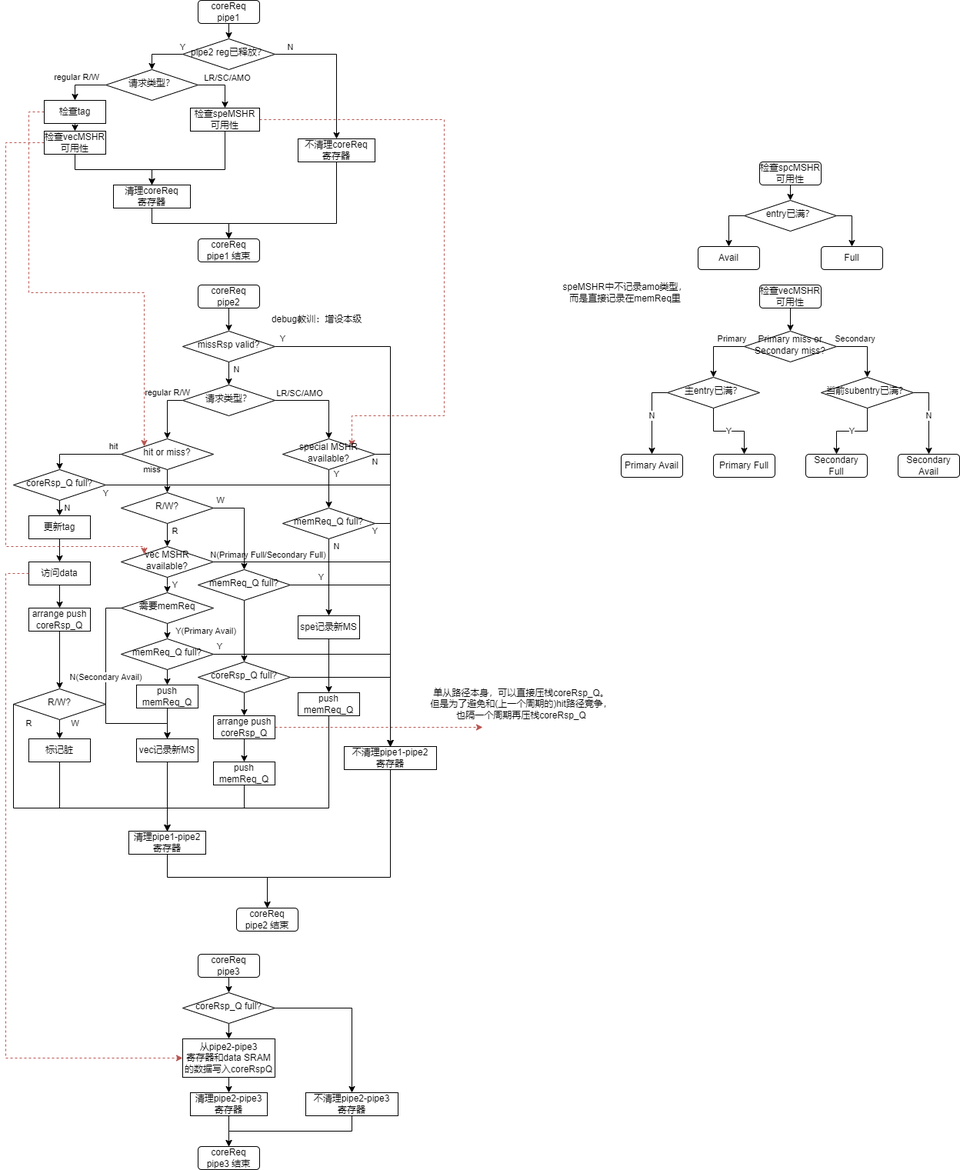
Above: doc/cModel__l1_data_cache__cycle-coreReq.drawio.png in Auyuir/cacheCmodel (draw.io), before the change. Source tidied: cells renumbered, new cells last; positions are measured from the earlier drawing's top-left corner, leaving out a move shared by most shapes.
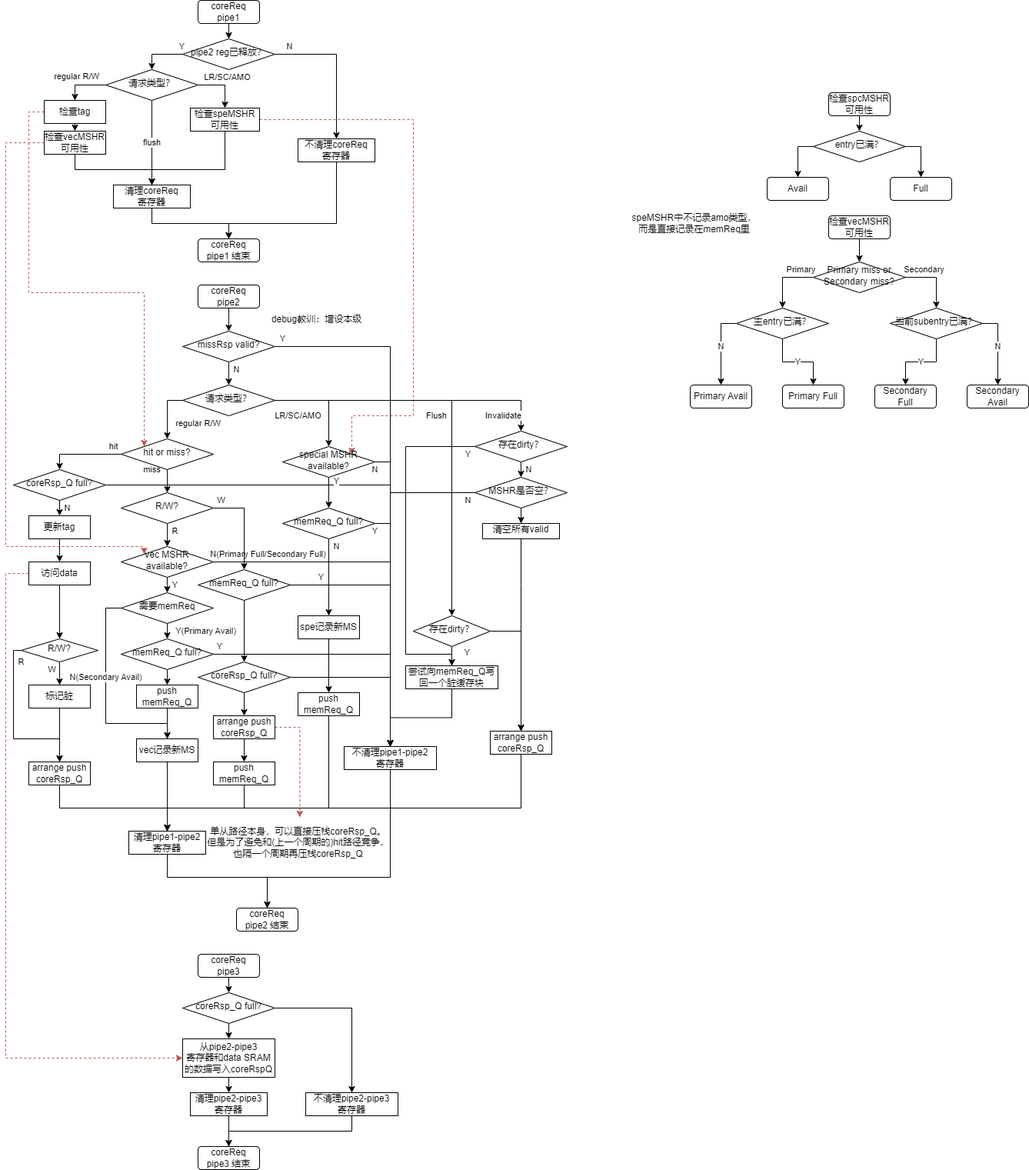
Above is the later version.

Commit message:
update doc pic: flush and invalidate

The edit, as a diff of the source:
```diff
@@ -7,4 +7,4 @@
         <Array as="points">
-          <mxPoint x="570" y="155" />
-          <mxPoint x="570" y="540" />
+          <mxPoint x="530" y="155" />
+          <mxPoint x="530" y="540" />
           <mxPoint x="450" y="540" />
@@ -82,2 +82,5 @@
     </mxCell>
+    <mxCell id="137" value="flush" style="edgeStyle=orthogonalEdgeStyle;rounded=0;jettySize=auto;html=1;exitX=0.5;exitY=1;exitDx=0;exitDy=0;entryX=0.5;entryY=0;entryDx=0;entryDy=0;" parent="1" edge="1" source="19" target="12">
+      <mxGeometry relative="1" as="geometry" />
+    </mxCell>
     <mxCell id="19" value="请求类型？" style="rhombus;whiteSpace=wrap;html=1;shadow=0;fontFamily=Helvetica;fontSize=12;align=center;strokeWidth=1;spacing=6;spacingTop=-4;" parent="1" vertex="1">
@@ -121,3 +124,3 @@
     <mxCell id="28" value="regular R/W" style="edgeStyle=orthogonalEdgeStyle;rounded=0;jettySize=auto;html=1;exitX=0;exitY=0.5;exitDx=0;exitDy=0;entryX=0.5;entryY=0;entryDx=0;entryDy=0;" parent="1" edge="1" source="31" target="38">
-      <mxGeometry x="-0.43" y="-10" relative="1" as="geometry">
+      <mxGeometry x="-1" y="36" relative="1" as="geometry">
         <Array as="points">
@@ -125,3 +128,3 @@
         </Array>
-        <mxPoint x="10" y="-10" as="offset" />
+        <mxPoint x="20" y="-6" as="offset" />
       </mxGeometry>
@@ -133,5 +136,11 @@
       <mxGeometry x="-0.49" y="-1" relative="1" as="geometry">
-        <mxPoint y="-11" as="offset" />
+        <mxPoint x="-3" y="19" as="offset" />
       </mxGeometry>
     </mxCell>
+    <mxCell id="138" value="Flush" style="edgeStyle=orthogonalEdgeStyle;rounded=0;jettySize=auto;html=1;exitX=1;exitY=0.5;exitDx=0;exitDy=0;entryX=0.5;entryY=0;entryDx=0;entryDy=0;" parent="1" edge="1" source="31" target="152">
+      <mxGeometry x="-0.02" y="-20" relative="1" as="geometry" />
+    </mxCell>
+    <mxCell id="139" value="Invalidate" style="edgeStyle=orthogonalEdgeStyle;rounded=0;jettySize=auto;html=1;exitX=1;exitY=0.5;exitDx=0;exitDy=0;entryX=0.5;entryY=0;entryDx=0;entryDy=0;" parent="1" edge="1" source="31" target="146">
+      <mxGeometry x="0.65" y="-20" relative="1" as="geometry" />
+    </mxCell>
     <mxCell id="31" value="请求类型？" style="rhombus;whiteSpace=wrap;html=1;shadow=0;fontFamily=Helvetica;fontSize=12;align=center;strokeWidth=1;spacing=6;spacingTop=-4;" parent="1" vertex="1">
@@ -171,5 +180,5 @@
     </mxCell>
-    <mxCell id="39" style="edgeStyle=orthogonalEdgeStyle;rounded=0;jettySize=auto;html=1;exitX=0.5;exitY=1;exitDx=0;exitDy=0;entryX=0.5;entryY=0;entryDx=0;entryDy=0;" parent="1" edge="1" source="40" target="44">
-      <mxGeometry relative="1" as="geometry" />
-    </mxCell>
+    <mxCell id="140" style="edgeStyle=orthogonalEdgeStyle;rounded=0;jettySize=auto;html=1;" parent="1" edge="1" source="40" target="134">
+      <mxGeometry relative="1" as="geometry" />
+    </mxCell>
     <mxCell id="40" value="访问data" style="rounded=0;whiteSpace=wrap;html=1;labelBackgroundColor=none;" parent="1" vertex="1">
@@ -183,8 +192,2 @@
     </mxCell>
-    <mxCell id="43" style="edgeStyle=orthogonalEdgeStyle;rounded=0;jettySize=auto;html=1;exitX=0.5;exitY=1;exitDx=0;exitDy=0;entryX=0.5;entryY=0;entryDx=0;entryDy=0;" parent="1" edge="1" source="44" target="134">
-      <mxGeometry relative="1" as="geometry" />
-    </mxCell>
-    <mxCell id="44" value="arrange push coreRsp_Q" style="rounded=0;whiteSpace=wrap;html=1;labelBackgroundColor=none;" parent="1" vertex="1">
-      <mxGeometry x="30" y="790" width="80" height="30" as="geometry" />
-    </mxCell>
     <mxCell id="45" style="edgeStyle=orthogonalEdgeStyle;rounded=0;jettySize=auto;html=1;exitX=0.5;exitY=1;exitDx=0;exitDy=0;entryX=0.5;entryY=0;entryDx=0;entryDy=0;" parent="1" edge="1" source="46" target="107">
@@ -201,7 +204,2 @@
     </mxCell>
-    <mxCell id="49" value="Y" style="edgeLabel;html=1;align=center;verticalAlign=middle;" parent="48" vertex="1">
-      <mxGeometry x="-0.94" y="2" relative="1" as="geometry">
-        <mxPoint x="-22" y="12" as="offset" />
-      </mxGeometry>
-    </mxCell>
     <mxCell id="50" value="coreRsp_Q full?" style="rhombus;whiteSpace=wrap;html=1;shadow=0;fontFamily=Helvetica;fontSize=12;align=center;strokeWidth=1;spacing=6;spacingTop=-4;" parent="1" vertex="1">
@@ -256,3 +254,3 @@
     <mxCell id="61" value="special MSHR available?" style="rhombus;whiteSpace=wrap;html=1;shadow=0;fontFamily=Helvetica;fontSize=12;align=center;strokeWidth=1;spacing=6;spacingTop=-4;" parent="1" vertex="1">
-      <mxGeometry x="360" y="570" width="120" height="40" as="geometry" />
+      <mxGeometry x="360" y="580" width="120" height="40" as="geometry" />
     </mxCell>
@@ -314,3 +312,3 @@
     <mxCell id="77" value="检查vecMSHR可用性" style="rounded=1;whiteSpace=wrap;html=1;fontSize=12;glass=0;strokeWidth=1;shadow=0;" parent="1" vertex="1">
-      <mxGeometry x="980" y="370" width="80" height="30" as="geometry" />
+      <mxGeometry x="1070" y="280" width="80" height="30" as="geometry" />
     </mxCell>
@@ -323,3 +321,3 @@
     <mxCell id="80" value="Primary miss or&lt;br&gt;Secondary miss?" style="rhombus;whiteSpace=wrap;html=1;shadow=0;fontFamily=Helvetica;fontSize=12;align=center;strokeWidth=1;spacing=6;spacingTop=-4;" parent="1" vertex="1">
-      <mxGeometry x="960" y="430" width="120" height="40" as="geometry" />
+      <mxGeometry x="1050" y="340" width="120" height="40" as="geometry" />
     </mxCell>
@@ -332,3 +330,3 @@
     <mxCell id="83" value="主entry已满？" style="rhombus;whiteSpace=wrap;html=1;shadow=0;fontFamily=Helvetica;fontSize=12;align=center;strokeWidth=1;spacing=6;spacingTop=-4;" parent="1" vertex="1">
-      <mxGeometry x="860" y="490" width="120" height="40" as="geometry" />
+      <mxGeometry x="950" y="400" width="120" height="40" as="geometry" />
     </mxCell>
@@ -341,15 +339,15 @@
     <mxCell id="86" value="当前subentry已满？" style="rhombus;whiteSpace=wrap;html=1;shadow=0;fontFamily=Helvetica;fontSize=12;align=center;strokeWidth=1;spacing=6;spacingTop=-4;" parent="1" vertex="1">
-      <mxGeometry x="1060" y="490" width="120" height="40" as="geometry" />
+      <mxGeometry x="1150" y="400" width="120" height="40" as="geometry" />
     </mxCell>
     <mxCell id="87" value="Primary Avail" style="rounded=1;whiteSpace=wrap;html=1;fontSize=12;glass=0;strokeWidth=1;shadow=0;" parent="1" vertex="1">
-      <mxGeometry x="800" y="590" width="80" height="30" as="geometry" />
+      <mxGeometry x="890" y="500" width="80" height="30" as="geometry" />
     </mxCell>
     <mxCell id="88" value="Primary Full" style="rounded=1;whiteSpace=wrap;html=1;fontSize=12;glass=0;strokeWidth=1;shadow=0;" parent="1" vertex="1">
-      <mxGeometry x="920" y="590" width="80" height="30" as="geometry" />
+      <mxGeometry x="1010" y="500" width="80" height="30" as="geometry" />
     </mxCell>
     <mxCell id="89" value="Secondary Full" style="rounded=1;whiteSpace=wrap;html=1;fontSize=12;glass=0;strokeWidth=1;shadow=0;" parent="1" vertex="1">
-      <mxGeometry x="1040" y="590" width="80" height="30" as="geometry" />
+      <mxGeometry x="1130" y="500" width="80" height="30" as="geometry" />
     </mxCell>
     <mxCell id="90" value="Secondary Avail" style="rounded=1;whiteSpace=wrap;html=1;fontSize=12;glass=0;strokeWidth=1;shadow=0;" parent="1" vertex="1">
-      <mxGeometry x="1160" y="590" width="80" height="30" as="geometry" />
+      <mxGeometry x="1250" y="500" width="80" height="30" as="geometry" />
     </mxCell>
@@ -359,3 +357,3 @@
     <mxCell id="92" value="检查spcMSHR可用性" style="rounded=1;whiteSpace=wrap;html=1;fontSize=12;glass=0;strokeWidth=1;shadow=0;" parent="1" vertex="1">
-      <mxGeometry x="980" y="210" width="80" height="30" as="geometry" />
+      <mxGeometry x="1070" y="120" width="80" height="30" as="geometry" />
     </mxCell>
@@ -368,12 +366,12 @@
     <mxCell id="95" value="entry已满？" style="rhombus;whiteSpace=wrap;html=1;shadow=0;fontFamily=Helvetica;fontSize=12;align=center;strokeWidth=1;spacing=6;spacingTop=-4;" parent="1" vertex="1">
-      <mxGeometry x="960" y="260" width="120" height="40" as="geometry" />
+      <mxGeometry x="1050" y="170" width="120" height="40" as="geometry" />
     </mxCell>
     <mxCell id="96" value="Avail" style="rounded=1;whiteSpace=wrap;html=1;fontSize=12;glass=0;strokeWidth=1;shadow=0;" parent="1" vertex="1">
-      <mxGeometry x="900" y="320" width="80" height="30" as="geometry" />
+      <mxGeometry x="990" y="230" width="80" height="30" as="geometry" />
     </mxCell>
     <mxCell id="97" value="Full" style="rounded=1;whiteSpace=wrap;html=1;fontSize=12;glass=0;strokeWidth=1;shadow=0;" parent="1" vertex="1">
-      <mxGeometry x="1060" y="320" width="80" height="30" as="geometry" />
+      <mxGeometry x="1150" y="230" width="80" height="30" as="geometry" />
     </mxCell>
     <mxCell id="98" value="speMSHR中不记录amo类型，&lt;br&gt;而是直接记录在memReq里" style="text;html=1;align=center;verticalAlign=middle;strokeColor=none;fillColor=none;" parent="1" vertex="1">
-      <mxGeometry x="710" y="360" width="190" height="40" as="geometry" />
+      <mxGeometry x="800" y="270" width="190" height="40" as="geometry" />
     </mxCell>
@@ -428,6 +426,4 @@
     </mxCell>
-    <mxCell id="112" style="edgeStyle=orthogonalEdgeStyle;rounded=0;jettySize=auto;html=1;exitX=1;exitY=0.5;exitDx=0;exitDy=0;fillColor=#f8cecc;strokeColor=#b85450;dashed=1;" parent="1" edge="1" source="113">
-      <mxGeometry relative="1" as="geometry">
-        <mxPoint x="620" y="945" as="targetPoint" />
-      </mxGeometry>
+    <mxCell id="112" style="edgeStyle=orthogonalEdgeStyle;rounded=0;jettySize=auto;html=1;exitX=1;exitY=0.5;exitDx=0;exitDy=0;fillColor=#f8cecc;strokeColor=#b85450;dashed=1;entryX=0.509;entryY=-0.05;entryDx=0;entryDy=0;entryPerimeter=0;" parent="1" edge="1" source="113" target="127">
+      <mxGeometry relative="1" as="geometry" />
     </mxCell>
@@ -481,3 +477,3 @@
     <mxCell id="127" value="单从路径本身，可以直接压栈coreRsp_Q。&lt;br&gt;但是为了避免和(上一个周期的)hit路径竞争，&lt;br&gt;也隔一个周期再压栈coreRsp_Q" style="text;html=1;align=center;verticalAlign=middle;points=[];strokeColor=none;fillColor=none;" parent="1" vertex="1">
-      <mxGeometry x="540" y="885" width="260" height="60" as="geometry" />
+      <mxGeometry x="250" y="1065" width="260" height="60" as="geometry" />
     </mxCell>
@@ -496,9 +492,10 @@
     <mxCell id="132" value="W" style="edgeStyle=orthogonalEdgeStyle;rounded=0;jettySize=auto;html=1;exitX=0.5;exitY=1;exitDx=0;exitDy=0;entryX=0.5;entryY=0;entryDx=0;entryDy=0;" parent="1" edge="1" source="134" target="136">
-      <mxGeometry x="-0.6" y="20" relative="1" as="geometry" />
+      <mxGeometry x="-0.33" y="-10" relative="1" as="geometry" />
     </mxCell>
-    <mxCell id="133" value="R" style="edgeStyle=orthogonalEdgeStyle;rounded=0;jettySize=auto;html=1;exitX=0;exitY=0.5;exitDx=0;exitDy=0;entryX=0.5;entryY=0;entryDx=0;entryDy=0;" parent="1" edge="1" source="134" target="52">
-      <mxGeometry x="-0.86" y="20" relative="1" as="geometry">
+    <mxCell id="133" value="R" style="edgeStyle=orthogonalEdgeStyle;rounded=0;jettySize=auto;html=1;exitX=0;exitY=0.5;exitDx=0;exitDy=0;entryX=0.5;entryY=0;entryDx=0;entryDy=0;" parent="1" edge="1" source="134" target="157">
+      <mxGeometry x="-0.77" y="10" relative="1" as="geometry">
         <Array as="points">
-          <mxPoint x="10" y="1050" />
-          <mxPoint x="210" y="1050" />
+          <mxPoint x="10" y="845" />
+          <mxPoint x="10" y="960" />
+          <mxPoint x="70" y="960" />
         </Array>
@@ -507,7 +504,8 @@
     <mxCell id="134" value="R/W?" style="rhombus;whiteSpace=wrap;html=1;shadow=0;fontFamily=Helvetica;fontSize=12;align=center;strokeWidth=1;spacing=6;spacingTop=-4;" parent="1" vertex="1">
-      <mxGeometry x="10" y="895" width="120" height="40" as="geometry" />
+      <mxGeometry x="20" y="830" width="100" height="30" as="geometry" />
     </mxCell>
-    <mxCell id="135" style="edgeStyle=orthogonalEdgeStyle;rounded=0;jettySize=auto;html=1;exitX=0.5;exitY=1;exitDx=0;exitDy=0;entryX=0.5;entryY=0;entryDx=0;entryDy=0;" parent="1" edge="1" source="136" target="52">
+    <mxCell id="135" style="edgeStyle=orthogonalEdgeStyle;rounded=0;jettySize=auto;html=1;exitX=0.5;exitY=1;exitDx=0;exitDy=0;entryX=0.5;entryY=0;entryDx=0;entryDy=0;" parent="1" edge="1" source="157" target="52">
       <mxGeometry relative="1" as="geometry">
         <Array as="points">
+          <mxPoint x="70" y="990" />
           <mxPoint x="70" y="1050" />
@@ -517,5 +515,72 @@
     </mxCell>
+    <mxCell id="141" style="edgeStyle=orthogonalEdgeStyle;rounded=0;jettySize=auto;html=1;" parent="1" edge="1" source="136" target="157">
+      <mxGeometry relative="1" as="geometry" />
+    </mxCell>
     <mxCell id="136" value="标记脏" style="rounded=0;whiteSpace=wrap;html=1;labelBackgroundColor=none;" parent="1" vertex="1">
-      <mxGeometry x="30" y="960" width="80" height="30" as="geometry" />
+      <mxGeometry x="30" y="890" width="80" height="30" as="geometry" />
     </mxCell>
+    <mxCell id="142" style="edgeStyle=orthogonalEdgeStyle;rounded=0;jettySize=auto;html=1;exitX=0.5;exitY=1;exitDx=0;exitDy=0;entryX=0.5;entryY=0;entryDx=0;entryDy=0;" parent="1" edge="1" source="143" target="54">
+      <mxGeometry relative="1" as="geometry" />
+    </mxCell>
+    <mxCell id="143" value="尝试向memReq_Q写回一个脏缓存块" style="rounded=0;whiteSpace=wrap;html=1;labelBackgroundColor=none;" parent="1" vertex="1">
+      <mxGeometry x="520" y="865" width="120" height="30" as="geometry" />
+    </mxCell>
+    <mxCell id="144" value="Y" style="edgeStyle=orthogonalEdgeStyle;rounded=0;jettySize=auto;html=1;exitX=0;exitY=0.5;exitDx=0;exitDy=0;entryX=0.5;entryY=0;entryDx=0;entryDy=0;" parent="1" edge="1" source="146" target="143">
+      <mxGeometry x="-0.96" y="10" relative="1" as="geometry">
+        <Array as="points">
+          <mxPoint x="520" y="580" />
+          <mxPoint x="520" y="850" />
+          <mxPoint x="580" y="850" />
+        </Array>
+      </mxGeometry>
+    </mxCell>
+    <mxCell id="145" value="N" style="edgeStyle=orthogonalEdgeStyle;rounded=0;jettySize=auto;html=1;exitX=0.5;exitY=1;exitDx=0;exitDy=0;entryX=0.5;entryY=0;entryDx=0;entryDy=0;" parent="1" edge="1" source="146" target="149">
+      <mxGeometry y="10" relative="1" as="geometry" />
+    </mxCell>
+    <mxCell id="146" value="存在dirty？" style="rhombus;whiteSpace=wrap;html=1;shadow=0;fontFamily=Helvetica;fontSize=12;align=center;strokeWidth=1;spacing=6;spacingTop=-4;" parent="1" vertex="1">
+      <mxGeometry x="610" y="560" width="120" height="40" as="geometry" />
+    </mxCell>
+    <mxCell id="147" value="N" style="edgeStyle=orthogonalEdgeStyle;rounded=0;jettySize=auto;html=1;exitX=0;exitY=0.5;exitDx=0;exitDy=0;entryX=0.5;entryY=0;entryDx=0;entryDy=0;" parent="1" edge="1" source="149" target="54">
+      <mxGeometry x="-0.96" y="10" relative="1" as="geometry" />
+    </mxCell>
+    <mxCell id="148" style="edgeStyle=orthogonalEdgeStyle;rounded=0;jettySize=auto;html=1;" parent="1" edge="1" source="149" target="154">
+      <mxGeometry relative="1" as="geometry" />
+    </mxCell>
+    <mxCell id="149" value="MSHR是否空？" style="rhombus;whiteSpace=wrap;html=1;shadow=0;fontFamily=Helvetica;fontSize=12;align=center;strokeWidth=1;spacing=6;spacingTop=-4;" parent="1" vertex="1">
+      <mxGeometry x="610" y="620" width="120" height="40" as="geometry" />
+    </mxCell>
+    <mxCell id="150" value="Y" style="edgeStyle=orthogonalEdgeStyle;rounded=0;jettySize=auto;html=1;exitX=0.5;exitY=1;exitDx=0;exitDy=0;entryX=0.5;entryY=0;entryDx=0;entryDy=0;" parent="1" edge="1" source="152" target="143">
+      <mxGeometry x="-0.33" y="20" relative="1" as="geometry" />
+    </mxCell>
+    <mxCell id="151" style="edgeStyle=orthogonalEdgeStyle;rounded=0;jettySize=auto;html=1;exitX=1;exitY=0.5;exitDx=0;exitDy=0;entryX=0.5;entryY=0;entryDx=0;entryDy=0;" parent="1" edge="1" source="152" target="156">
+      <mxGeometry relative="1" as="geometry" />
+    </mxCell>
+    <mxCell id="152" value="存在dirty？" style="rhombus;whiteSpace=wrap;html=1;shadow=0;fontFamily=Helvetica;fontSize=12;align=center;strokeWidth=1;spacing=6;spacingTop=-4;" parent="1" vertex="1">
+      <mxGeometry x="530" y="800" width="100" height="40" as="geometry" />
+    </mxCell>
+    <mxCell id="153" style="edgeStyle=orthogonalEdgeStyle;rounded=0;jettySize=auto;html=1;exitX=0.5;exitY=1;exitDx=0;exitDy=0;entryX=0.5;entryY=0;entryDx=0;entryDy=0;" parent="1" edge="1" source="154" target="156">
+      <mxGeometry relative="1" as="geometry">
+        <Array as="points">
+          <mxPoint x="670" y="760" />
+          <mxPoint x="670" y="760" />
+        </Array>
+      </mxGeometry>
+    </mxCell>
+    <mxCell id="154" value="清空所有valid" style="whiteSpace=wrap;html=1;shadow=0;strokeWidth=1;spacing=6;spacingTop=-4;" parent="1" vertex="1">
+      <mxGeometry x="620" y="680" width="100" height="20" as="geometry" />
+    </mxCell>
+    <mxCell id="155" style="edgeStyle=orthogonalEdgeStyle;rounded=0;jettySize=auto;html=1;exitX=0.5;exitY=1;exitDx=0;exitDy=0;entryX=0.5;entryY=0;entryDx=0;entryDy=0;" parent="1" edge="1" source="156" target="52">
+      <mxGeometry relative="1" as="geometry">
+        <Array as="points">
+          <mxPoint x="670" y="1050" />
+          <mxPoint x="210" y="1050" />
+        </Array>
+      </mxGeometry>
+    </mxCell>
+    <mxCell id="156" value="arrange push coreRsp_Q" style="rounded=0;whiteSpace=wrap;html=1;labelBackgroundColor=none;" parent="1" vertex="1">
+      <mxGeometry x="630" y="950" width="80" height="30" as="geometry" />
+    </mxCell>
+    <mxCell id="157" value="arrange push coreRsp_Q" style="rounded=0;whiteSpace=wrap;html=1;labelBackgroundColor=none;" parent="1" vertex="1">
+      <mxGeometry x="30" y="990" width="80" height="30" as="geometry" />
+    </mxCell>
   </root>
```
